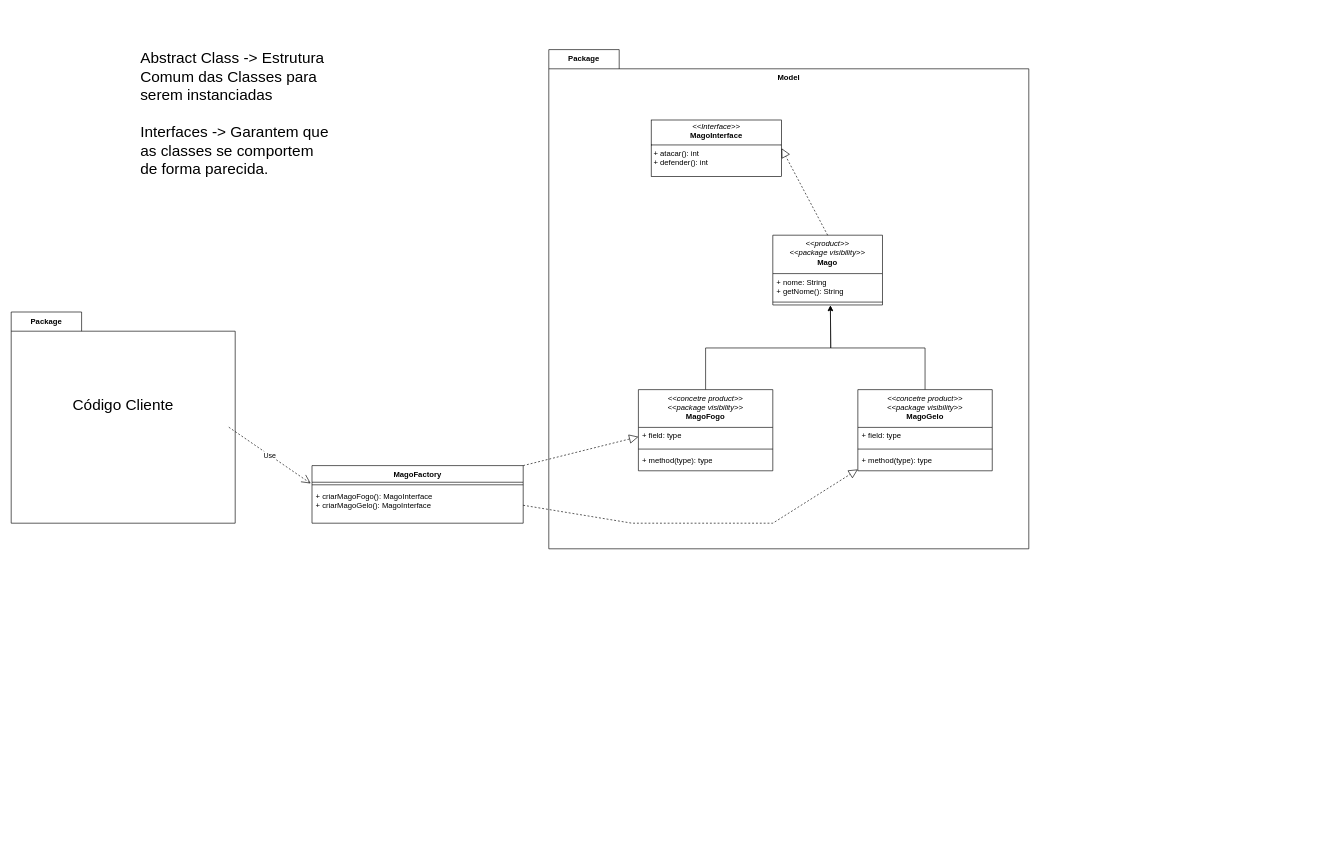
Before: Factory/FactoryPattern/MageFactory.drawio in eduardoSantiag0/POOA, a draw.io diagram. Source tidied: cells renumbered, new cells numbered last; positions are measured from the earlier drawing's top-left corner, leaving out a move shared by most shapes. Both pictures are drawn from the tidied source at 64%, with x=0, y=0 at pixel (11, 11).
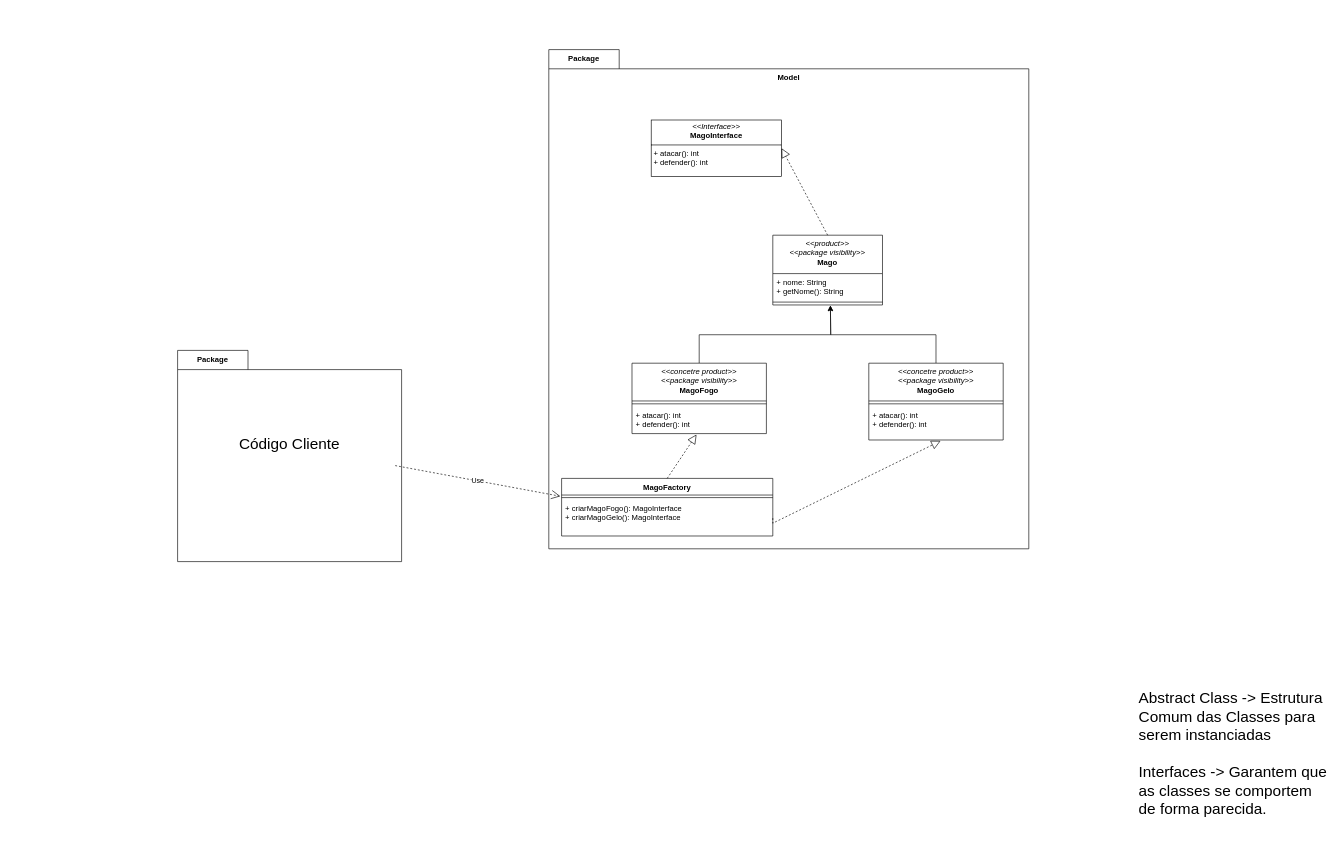
Above is the later version.

Commit message (it also covers changes not shown here):
Diagrama para Mage Factory

The change refers to these unchanged cells:
```xml
<mxCell id="2" value="Package" style="shape=folder;fontStyle=1;tabWidth=110;tabHeight=30;tabPosition=left;html=1;boundedLbl=1;labelInHeader=1;whiteSpace=wrap;verticalAlign=top;" parent="1" vertex="1">
  <mxGeometry x="840" y="60" width="750" height="780" as="geometry" />
</mxCell>
```

Diff of the diagram source:
```diff
@@
     <mxCell id="6" value="&lt;div&gt;&lt;div&gt;&lt;i style=&quot;font-weight: 400;&quot;&gt;&amp;lt;&amp;lt;concetre product&amp;gt;&amp;gt;&lt;/i&gt;&lt;b&gt;&lt;br&gt;&lt;/b&gt;&lt;/div&gt;&lt;div&gt;&lt;i style=&quot;font-weight: 400;&quot;&gt;&amp;lt;&amp;lt;package visibility&amp;gt;&amp;gt;&lt;/i&gt;&lt;/div&gt;&lt;b&gt;&lt;/b&gt;&lt;/div&gt;MagoFogo" style="swimlane;fontStyle=1;align=center;verticalAlign=top;horizontal=1;startSize=59;whiteSpace=wrap;html=1;" parent="2" vertex="1">
-      <mxGeometry x="140" y="531.3" width="210" height="126.8" as="geometry" />
+      <mxGeometry x="130" y="490" width="210" height="110" as="geometry" />
     </mxCell>
-    <mxCell id="7" value="+ field: type" style="text;strokeColor=none;fillColor=none;align=left;verticalAlign=top;spacingLeft=4;spacingRight=4;overflow=hidden;points=[[0,0.5],[1,0.5]];portConstraint=eastwest;whiteSpace=wrap;html=1;" parent="6" vertex="1">
-      <mxGeometry y="59" width="210" height="29.4" as="geometry" />
-    </mxCell>
     <mxCell id="8" style="line;strokeWidth=1;fillColor=none;align=left;verticalAlign=middle;spacingTop=-1;spacingLeft=3;spacingRight=3;labelPosition=right;strokeColor=inherit;" parent="6" vertex="1">
-      <mxGeometry y="88.4" width="210" height="9" as="geometry" />
+      <mxGeometry y="59" width="210" height="9" as="geometry" />
     </mxCell>
-    <mxCell id="9" value="+ method(type): type" style="text;strokeColor=none;fillColor=none;align=left;verticalAlign=top;spacingLeft=4;spacingRight=4;overflow=hidden;points=[[0,0.5],[1,0.5]];portConstraint=eastwest;whiteSpace=wrap;html=1;" parent="6" vertex="1">
-      <mxGeometry y="97.4" width="210" height="29.4" as="geometry" />
+    <mxCell id="9" value="+ atacar(): int&lt;div&gt;+ defender(): int&lt;/div&gt;" style="text;strokeColor=none;fillColor=none;align=left;verticalAlign=top;spacingLeft=4;spacingRight=4;overflow=hidden;points=[[0,0.5],[1,0.5]];portConstraint=eastwest;whiteSpace=wrap;html=1;" parent="6" vertex="1">
+      <mxGeometry y="68" width="210" height="42" as="geometry" />
     </mxCell>
@@
     <mxCell id="15" value="&lt;div&gt;&lt;div&gt;&lt;i style=&quot;font-weight: 400;&quot;&gt;&amp;lt;&amp;lt;concetre product&amp;gt;&amp;gt;&lt;/i&gt;&lt;b&gt;&lt;br&gt;&lt;/b&gt;&lt;/div&gt;&lt;div&gt;&lt;i style=&quot;font-weight: 400;&quot;&gt;&amp;lt;&amp;lt;package visibility&amp;gt;&amp;gt;&lt;/i&gt;&lt;/div&gt;&lt;b&gt;&lt;/b&gt;&lt;/div&gt;MagoGelo" style="swimlane;fontStyle=1;align=center;verticalAlign=top;horizontal=1;startSize=59;whiteSpace=wrap;html=1;" parent="2" vertex="1">
-      <mxGeometry x="482.9" y="531.3" width="210" height="126.8" as="geometry" />
+      <mxGeometry x="500" y="490" width="210" height="120" as="geometry" />
     </mxCell>
-    <mxCell id="16" value="+ field: type" style="text;strokeColor=none;fillColor=none;align=left;verticalAlign=top;spacingLeft=4;spacingRight=4;overflow=hidden;whiteSpace=wrap;html=1;" parent="15" vertex="1">
-      <mxGeometry y="59" width="210" height="29.4" as="geometry" />
-    </mxCell>
     <mxCell id="17" style="line;strokeWidth=1;fillColor=none;align=left;verticalAlign=middle;spacingTop=-1;spacingLeft=3;spacingRight=3;labelPosition=right;strokeColor=inherit;" parent="15" vertex="1">
-      <mxGeometry y="88.4" width="210" height="9" as="geometry" />
+      <mxGeometry y="59" width="210" height="9" as="geometry" />
     </mxCell>
-    <mxCell id="18" value="+ method(type): type" style="text;strokeColor=none;fillColor=none;align=left;verticalAlign=top;spacingLeft=4;spacingRight=4;overflow=hidden;points=[[0,0.5],[1,0.5]];portConstraint=eastwest;whiteSpace=wrap;html=1;" parent="15" vertex="1">
-      <mxGeometry y="97.4" width="210" height="29.4" as="geometry" />
+    <mxCell id="18" value="+ atacar(): int&lt;div&gt;+ defender(): int&lt;/div&gt;" style="text;strokeColor=none;fillColor=none;align=left;verticalAlign=top;spacingLeft=4;spacingRight=4;overflow=hidden;points=[[0,0.5],[1,0.5]];portConstraint=eastwest;whiteSpace=wrap;html=1;" parent="15" vertex="1">
+      <mxGeometry y="68" width="210" height="52" as="geometry" />
     </mxCell>
-    <mxCell id="19" style="endArrow=block;dashed=1;endFill=0;endSize=12;html=1;rounded=0;exitX=1;exitY=0.5;exitDx=0;exitDy=0;" parent="2" edge="1" source="25">
+    <mxCell id="19" style="endArrow=block;dashed=1;endFill=0;endSize=12;html=1;rounded=0;exitX=1;exitY=0.5;exitDx=0;exitDy=0;entryX=0.534;entryY=1.028;entryDx=0;entryDy=0;entryPerimeter=0;" parent="2" edge="1" source="25" target="18">
       <mxGeometry relative="1" as="geometry">
-        <mxPoint x="482.9" y="656" as="targetPoint" />
         <Array as="points">
-          <mxPoint x="130" y="740" />
           <mxPoint x="350" y="740" />
         </Array>
       </mxGeometry>
     </mxCell>
+    <mxCell id="23" value="MagoFactory" style="swimlane;fontStyle=1;align=center;verticalAlign=top;horizontal=1;startSize=26;whiteSpace=wrap;html=1;" parent="2" vertex="1">
+      <mxGeometry x="20" y="670" width="330" height="90" as="geometry" />
+    </mxCell>
+    <mxCell id="24" style="line;strokeWidth=1;fillColor=none;align=left;verticalAlign=middle;spacingTop=-1;spacingLeft=3;spacingRight=3;labelPosition=right;strokeColor=inherit;" parent="23" vertex="1">
+      <mxGeometry y="26" width="330" height="8" as="geometry" />
+    </mxCell>
+    <mxCell id="25" value="+ criarMagoFogo():&amp;nbsp;&lt;span style=&quot;text-align: center;&quot;&gt;MagoInterface&lt;/span&gt;&lt;div&gt;+ criarMagoGelo():&amp;nbsp;&lt;span style=&quot;text-align: center;&quot;&gt;MagoInterface&lt;/span&gt;&lt;/div&gt;" style="text;strokeColor=none;fillColor=none;align=left;verticalAlign=top;spacingLeft=4;spacingRight=4;overflow=hidden;points=[[0,0.5],[1,0.5]];portConstraint=eastwest;whiteSpace=wrap;html=1;" parent="23" vertex="1">
+      <mxGeometry y="34" width="330" height="56" as="geometry" />
+    </mxCell>
+    <mxCell id="27" style="endArrow=block;dashed=1;endFill=0;endSize=12;html=1;rounded=0;entryX=0.48;entryY=1.035;entryDx=0;entryDy=0;exitX=0.5;exitY=0;exitDx=0;exitDy=0;entryPerimeter=0;" parent="2" edge="1" source="23" target="9">
+      <mxGeometry relative="1" as="geometry" />
+    </mxCell>
     <mxCell id="20" value="Package" style="shape=folder;fontStyle=1;tabWidth=110;tabHeight=30;tabPosition=left;html=1;boundedLbl=1;labelInHeader=1;whiteSpace=wrap;" parent="1" vertex="1">
-      <mxGeometry y="470" width="350" height="330" as="geometry" />
+      <mxGeometry x="260" y="530" width="350" height="330" as="geometry" />
     </mxCell>
@@
-    <mxCell id="23" value="MagoFactory" style="swimlane;fontStyle=1;align=center;verticalAlign=top;horizontal=1;startSize=26;whiteSpace=wrap;html=1;" parent="1" vertex="1">
-      <mxGeometry x="470" y="710" width="330" height="90" as="geometry" />
-    </mxCell>
-    <mxCell id="24" style="line;strokeWidth=1;fillColor=none;align=left;verticalAlign=middle;spacingTop=-1;spacingLeft=3;spacingRight=3;labelPosition=right;strokeColor=inherit;" parent="23" vertex="1">
-      <mxGeometry y="26" width="330" height="8" as="geometry" />
-    </mxCell>
-    <mxCell id="25" value="+ criarMagoFogo():&amp;nbsp;&lt;span style=&quot;text-align: center;&quot;&gt;MagoInterface&lt;/span&gt;&lt;div&gt;+ criarMagoGelo():&amp;nbsp;&lt;span style=&quot;text-align: center;&quot;&gt;MagoInterface&lt;/span&gt;&lt;/div&gt;" style="text;strokeColor=none;fillColor=none;align=left;verticalAlign=top;spacingLeft=4;spacingRight=4;overflow=hidden;points=[[0,0.5],[1,0.5]];portConstraint=eastwest;whiteSpace=wrap;html=1;" parent="23" vertex="1">
-      <mxGeometry y="34" width="330" height="56" as="geometry" />
-    </mxCell>
     <mxCell id="26" value="&lt;font style=&quot;font-size: 24px;&quot;&gt;Abstract Class -&amp;gt; Estrutura Comum das Classes para serem instanciadas&lt;/font&gt;&lt;div&gt;&lt;font style=&quot;font-size: 24px;&quot;&gt;&lt;br&gt;&lt;/font&gt;&lt;/div&gt;&lt;div&gt;&lt;font style=&quot;font-size: 24px;&quot;&gt;Interfaces -&amp;gt; Garantem que as classes se comportem de forma parecida.&lt;/font&gt;&lt;/div&gt;" style="text;html=1;align=left;verticalAlign=middle;whiteSpace=wrap;rounded=0;" parent="1" vertex="1">
-      <mxGeometry x="200" width="300" height="320" as="geometry" />
+      <mxGeometry x="1760" y="1000" width="300" height="320" as="geometry" />
     </mxCell>
-    <mxCell id="27" style="endArrow=block;dashed=1;endFill=0;endSize=12;html=1;rounded=0;entryX=0;entryY=0.5;entryDx=0;entryDy=0;exitX=1;exitY=0;exitDx=0;exitDy=0;" parent="1" edge="1" source="23" target="7">
-      <mxGeometry relative="1" as="geometry" />
-    </mxCell>
```
